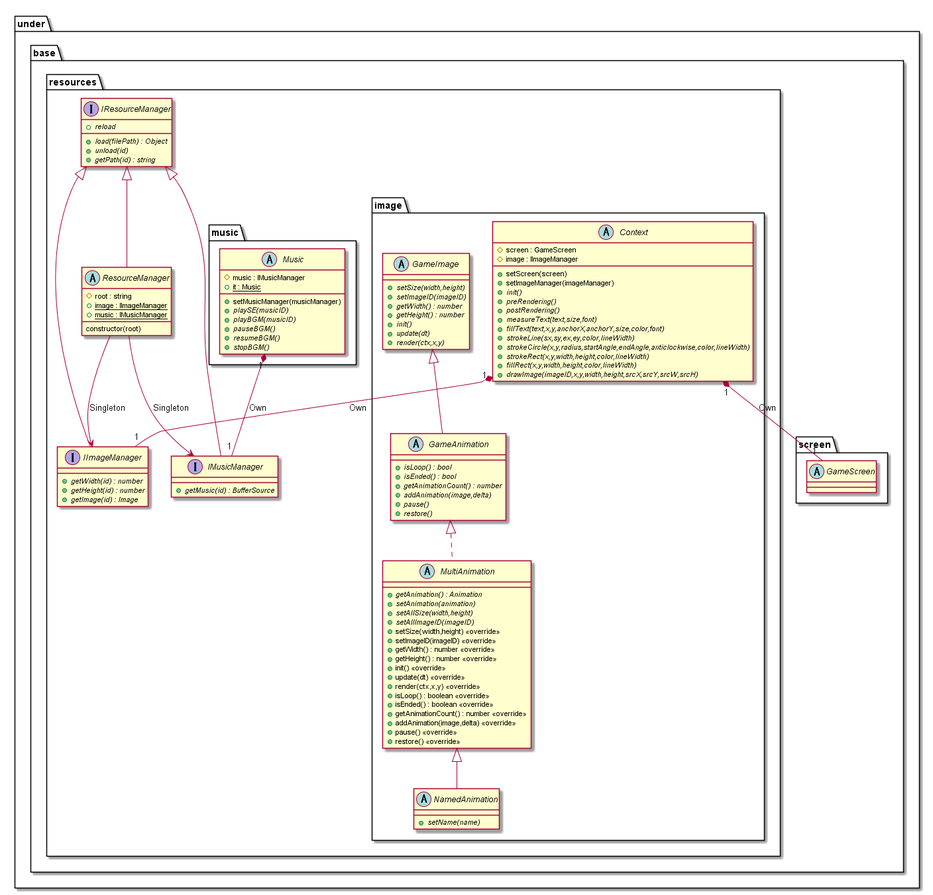
Earlier version of the PlantUML export out/uml/gamebase/BaseResource/GameBaseBaseResource.png (Expine/Under).
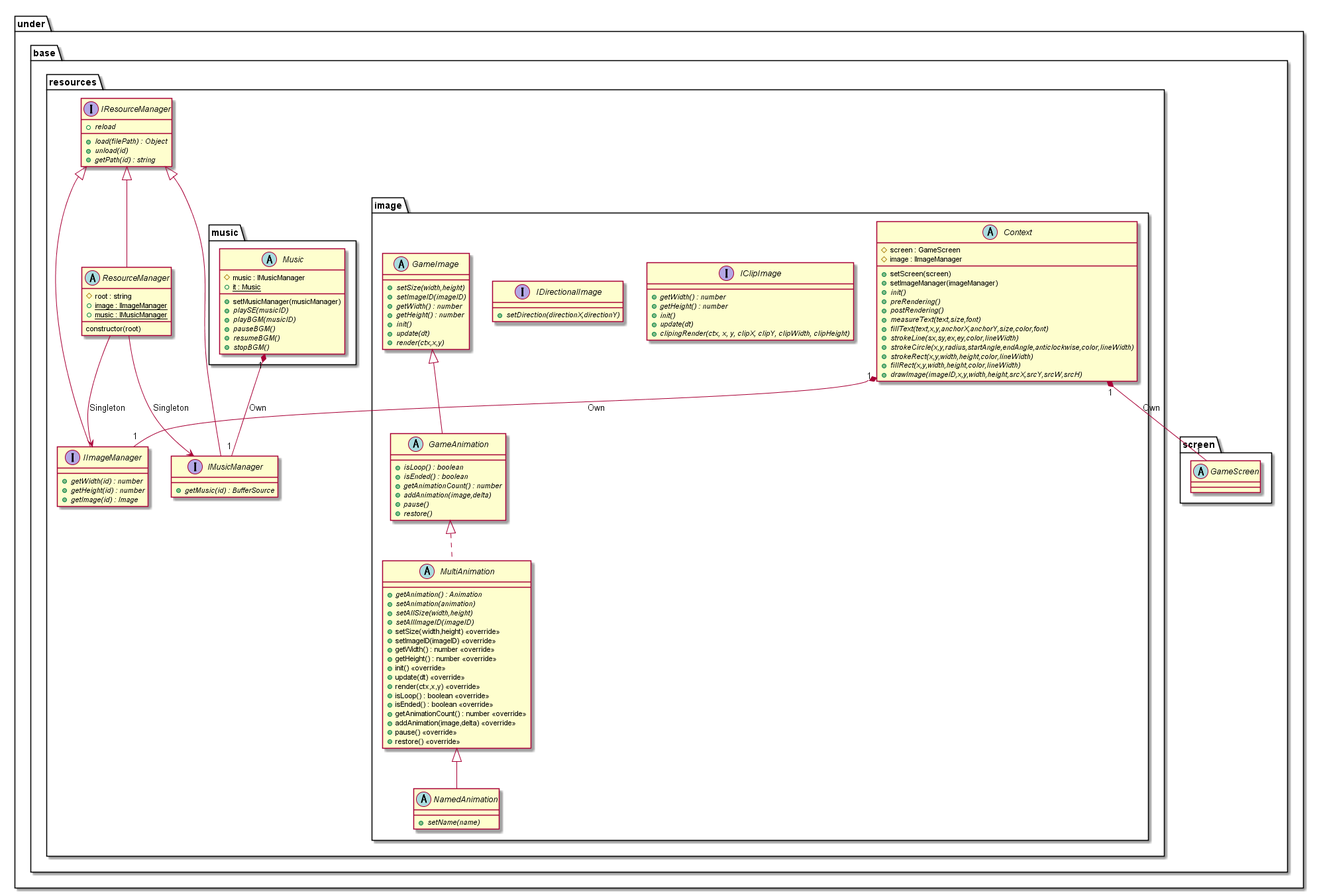
Later version of the same file.

The edit, as a diff of the source:
```diff
@@ -55,6 +55,17 @@
                     {abstract} +drawImage(imageID,x,y,width,height,srcX,srcY,srcW,srcH)
                 }
 
+                interface IClipImage {
+                    {abstract} +getWidth() : number
+                    {abstract} +getHeight() : number
+                    {abstract} +init()
+                    {abstract} +update(dt)
+                    {abstract} +clipingRender(ctx, x, y, clipX, clipY, clipWidth, clipHeight)
+                }
+                interface IDirectionalImage {
+                    {abstract} +setDirection(directionX,directionY)
+                }
+
                 abstract GameImage {
                     {abstract} +setSize(width,height)
                     {abstract} +setImageID(imageID)
@@ -66,8 +77,8 @@
                 }
 
                 abstract GameAnimation {
-                    {abstract} +isLoop() : bool
-                    {abstract} +isEnded() : bool
+                    {abstract} +isLoop() : boolean
+                    {abstract} +isEnded() : boolean
                     {abstract} +getAnimationCount() : number
                     {abstract} +addAnimation(image,delta)
                     {abstract} +pause()
```
